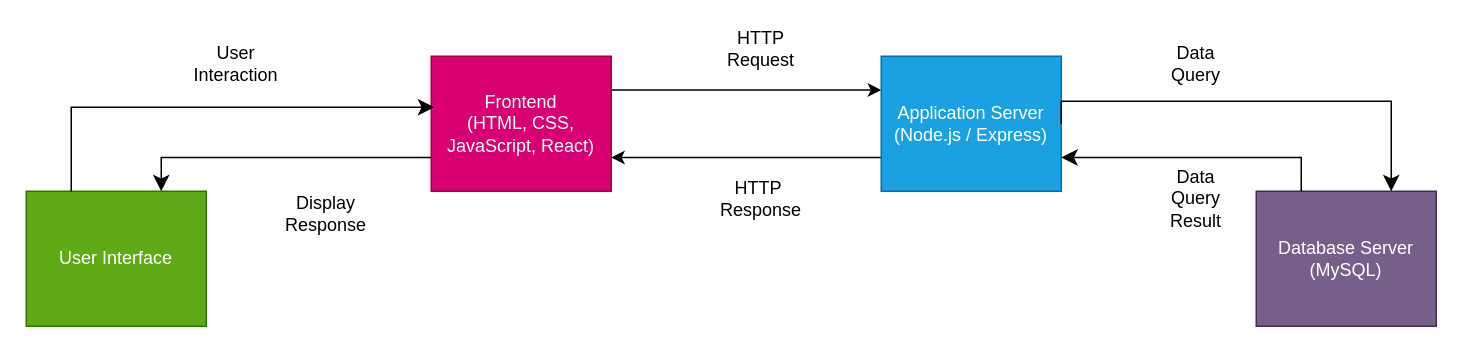
This is proposal/submission/sec01/Systema/blockdiagram.drawio from drshahizan/software-engineering, a draw.io file, before an edit. Source tidied: cells renumbered, new cells numbered last; positions are measured from the earlier drawing's top-left corner, leaving out a move shared by most shapes. Both pictures are drawn from the tidied source at 150%, with x=0, y=0 at pixel (26, 26).
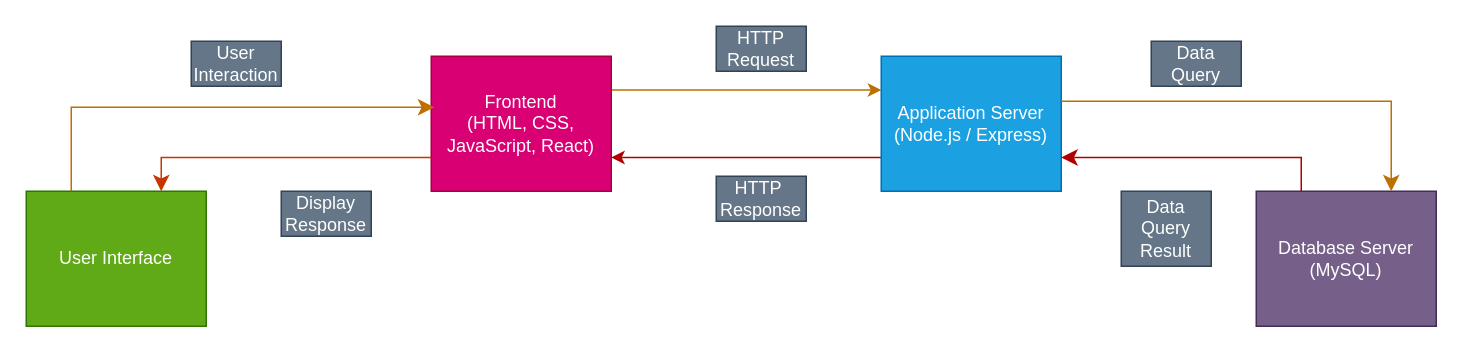
The same diagram, later.

Commit message (it also covers changes not shown here):
Update flowchart and blockdiagram

Unchanged cells that the change refers to:
```xml
<mxCell id="2" value="User Interface" style="rounded=0;whiteSpace=wrap;html=1;fillColor=#60a917;fontColor=#ffffff;strokeColor=#2D7600;" parent="1" vertex="1">
  <mxGeometry y="110" width="120" height="90" as="geometry" />
</mxCell>
<mxCell id="4" value="Frontend&lt;br&gt;(HTML, CSS, JavaScript, React)" style="rounded=0;whiteSpace=wrap;html=1;fillColor=#d80073;strokeColor=#A50040;fontColor=#ffffff;" parent="1" vertex="1">
  <mxGeometry x="270" y="20" width="120" height="90" as="geometry" />
</mxCell>
<mxCell id="6" value="Application Server (Node.js / Express)" style="rounded=0;whiteSpace=wrap;html=1;fillColor=#1ba1e2;fontColor=#ffffff;strokeColor=#006EAF;" parent="1" vertex="1">
  <mxGeometry x="570" y="20" width="120" height="90" as="geometry" />
</mxCell>
<mxCell id="7" value="Database Server&lt;br&gt;(MySQL)" style="rounded=0;whiteSpace=wrap;html=1;fillColor=#76608a;fontColor=#ffffff;strokeColor=#432D57;" parent="1" vertex="1">
  <mxGeometry x="820" y="110" width="120" height="90" as="geometry" />
</mxCell>
```

What changed in the source:
```diff
@@
-    <mxCell id="3" style="edgeStyle=none;html=1;exitX=1;exitY=0.25;exitDx=0;exitDy=0;entryX=0;entryY=0.25;entryDx=0;entryDy=0;" parent="1" edge="1" source="4" target="6">
+    <mxCell id="3" style="edgeStyle=none;html=1;exitX=1;exitY=0.25;exitDx=0;exitDy=0;entryX=0;entryY=0.25;entryDx=0;entryDy=0;fillColor=#f0a30a;strokeColor=#BD7000;" parent="1" edge="1" source="4" target="6">
       <mxGeometry relative="1" as="geometry" />
     </mxCell>
@@
-    <mxCell id="5" style="edgeStyle=none;html=1;exitX=0;exitY=0.75;exitDx=0;exitDy=0;entryX=1;entryY=0.75;entryDx=0;entryDy=0;" parent="1" edge="1" source="6" target="4">
+    <mxCell id="5" style="edgeStyle=none;html=1;exitX=0;exitY=0.75;exitDx=0;exitDy=0;entryX=1;entryY=0.75;entryDx=0;entryDy=0;fillColor=#e51400;strokeColor=#B20000;" parent="1" edge="1" source="6" target="4">
       <mxGeometry relative="1" as="geometry" />
     </mxCell>
@@
-    <mxCell id="8" value="HTTP Request" style="text;html=1;strokeColor=none;fillColor=none;align=center;verticalAlign=middle;whiteSpace=wrap;rounded=0;" parent="1" vertex="1">
+    <mxCell id="8" value="HTTP Request" style="text;html=1;strokeColor=#314354;fillColor=#647687;align=center;verticalAlign=middle;whiteSpace=wrap;rounded=0;fontColor=#ffffff;" parent="1" vertex="1">
       <mxGeometry x="460" width="60" height="30" as="geometry" />
     </mxCell>
-    <mxCell id="9" value="HTTP&amp;nbsp;&lt;br&gt;Response" style="text;html=1;strokeColor=none;fillColor=none;align=center;verticalAlign=middle;whiteSpace=wrap;rounded=0;" parent="1" vertex="1">
+    <mxCell id="9" value="HTTP&amp;nbsp;&lt;br&gt;Response" style="text;html=1;strokeColor=#314354;fillColor=#647687;align=center;verticalAlign=middle;whiteSpace=wrap;rounded=0;fontColor=#ffffff;" parent="1" vertex="1">
       <mxGeometry x="460" y="100" width="60" height="30" as="geometry" />
     </mxCell>
-    <mxCell id="10" style="edgeStyle=segmentEdgeStyle;endArrow=classic;html=1;curved=0;rounded=0;endSize=8;startSize=8;entryX=0.75;entryY=0;entryDx=0;entryDy=0;exitX=1;exitY=0.5;exitDx=0;exitDy=0;" parent="1" edge="1" source="6" target="7">
+    <mxCell id="10" style="edgeStyle=segmentEdgeStyle;endArrow=classic;html=1;curved=0;rounded=0;endSize=8;startSize=8;entryX=0.75;entryY=0;entryDx=0;entryDy=0;fillColor=#f0a30a;strokeColor=#BD7000;" parent="1" edge="1" target="7">
       <mxGeometry relative="1" as="geometry">
+        <mxPoint x="690" y="50" as="sourcePoint" />
         <Array as="points">
           <mxPoint x="690" y="50" />
           <mxPoint x="910" y="50" />
         </Array>
       </mxGeometry>
     </mxCell>
-    <mxCell id="11" value="Data Query" style="text;html=1;strokeColor=none;fillColor=none;align=center;verticalAlign=middle;whiteSpace=wrap;rounded=0;" parent="1" vertex="1">
+    <mxCell id="11" value="Data Query" style="text;html=1;strokeColor=#314354;fillColor=#647687;align=center;verticalAlign=middle;whiteSpace=wrap;rounded=0;fontColor=#ffffff;" parent="1" vertex="1">
       <mxGeometry x="750" y="10" width="60" height="30" as="geometry" />
     </mxCell>
-    <mxCell id="12" style="edgeStyle=segmentEdgeStyle;endArrow=classic;html=1;curved=0;rounded=0;endSize=8;startSize=8;exitX=0.25;exitY=0;exitDx=0;exitDy=0;entryX=1;entryY=0.75;entryDx=0;entryDy=0;" parent="1" edge="1" source="7" target="6">
+    <mxCell id="12" style="edgeStyle=segmentEdgeStyle;endArrow=classic;html=1;curved=0;rounded=0;endSize=8;startSize=8;exitX=0.25;exitY=0;exitDx=0;exitDy=0;entryX=1;entryY=0.75;entryDx=0;entryDy=0;fillColor=#e51400;strokeColor=#B20000;" parent="1" edge="1" source="7" target="6">
       <mxGeometry relative="1" as="geometry">
         <Array as="points">
           <mxPoint x="850" y="88" />
         </Array>
       </mxGeometry>
     </mxCell>
-    <mxCell id="13" value="Data Query Result" style="text;html=1;strokeColor=none;fillColor=none;align=center;verticalAlign=middle;whiteSpace=wrap;rounded=0;" parent="1" vertex="1">
-      <mxGeometry x="750" y="100" width="60" height="30" as="geometry" />
+    <mxCell id="13" value="Data Query Result" style="text;html=1;strokeColor=#314354;fillColor=#647687;align=center;verticalAlign=middle;whiteSpace=wrap;rounded=0;fontColor=#ffffff;" parent="1" vertex="1">
+      <mxGeometry x="730" y="110" width="60" height="50" as="geometry" />
     </mxCell>
-    <mxCell id="14" style="edgeStyle=segmentEdgeStyle;endArrow=classic;html=1;curved=0;rounded=0;endSize=8;startSize=8;exitX=0.25;exitY=0;exitDx=0;exitDy=0;entryX=0.017;entryY=0.378;entryDx=0;entryDy=0;entryPerimeter=0;" parent="1" edge="1" source="2" target="4">
+    <mxCell id="14" style="edgeStyle=segmentEdgeStyle;endArrow=classic;html=1;curved=0;rounded=0;endSize=8;startSize=8;exitX=0.25;exitY=0;exitDx=0;exitDy=0;entryX=0.017;entryY=0.378;entryDx=0;entryDy=0;entryPerimeter=0;fillColor=#f0a30a;strokeColor=#BD7000;" parent="1" edge="1" source="2" target="4">
       <mxGeometry relative="1" as="geometry">
         <Array as="points">
           <mxPoint x="30" y="54" />
         </Array>
       </mxGeometry>
     </mxCell>
-    <mxCell id="15" style="edgeStyle=segmentEdgeStyle;endArrow=classic;html=1;curved=0;rounded=0;endSize=8;startSize=8;exitX=0;exitY=0.75;exitDx=0;exitDy=0;entryX=0.75;entryY=0;entryDx=0;entryDy=0;" parent="1" edge="1" source="4" target="2">
+    <mxCell id="15" style="edgeStyle=segmentEdgeStyle;endArrow=classic;html=1;curved=0;rounded=0;endSize=8;startSize=8;exitX=0;exitY=0.75;exitDx=0;exitDy=0;entryX=0.75;entryY=0;entryDx=0;entryDy=0;fillColor=#fa6800;strokeColor=#C73500;" parent="1" edge="1" source="4" target="2">
       <mxGeometry relative="1" as="geometry">
         <Array as="points">
           <mxPoint x="90" y="88" />
         </Array>
       </mxGeometry>
     </mxCell>
-    <mxCell id="16" value="User Interaction" style="text;html=1;strokeColor=none;fillColor=none;align=center;verticalAlign=middle;whiteSpace=wrap;rounded=0;" parent="1" vertex="1">
+    <mxCell id="16" value="User Interaction" style="text;html=1;strokeColor=#314354;fillColor=#647687;align=center;verticalAlign=middle;whiteSpace=wrap;rounded=0;fontColor=#ffffff;" parent="1" vertex="1">
       <mxGeometry x="110" y="10" width="60" height="30" as="geometry" />
     </mxCell>
-    <mxCell id="17" value="Display Response" style="text;html=1;strokeColor=none;fillColor=none;align=center;verticalAlign=middle;whiteSpace=wrap;rounded=0;" parent="1" vertex="1">
+    <mxCell id="17" value="Display Response" style="text;html=1;strokeColor=#314354;fillColor=#647687;align=center;verticalAlign=middle;whiteSpace=wrap;rounded=0;fontColor=#ffffff;" parent="1" vertex="1">
       <mxGeometry x="170" y="110" width="60" height="30" as="geometry" />
     </mxCell>
```
